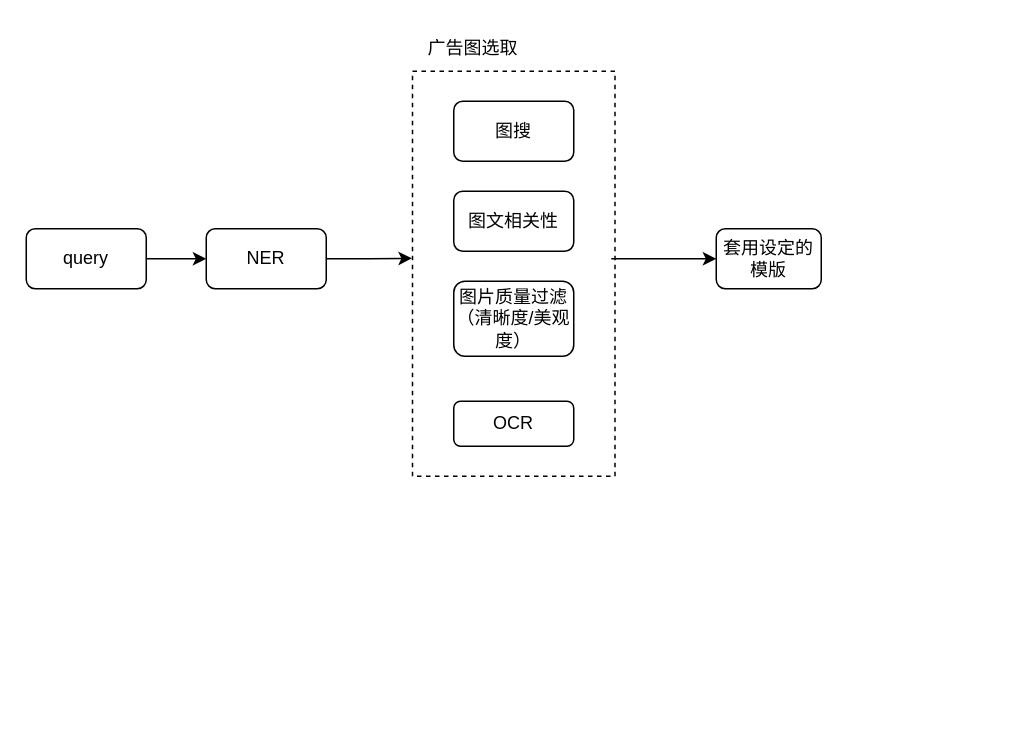
The draw.io diagram 图文广告.drawio in 2018liuyan/one, before the edit. Source tidied: cells renumbered, new cells numbered last; positions are measured from the earlier drawing's top-left corner, leaving out a move shared by most shapes. Both pictures are drawn from the tidied source at 150%, with x=0, y=0 at pixel (26, 26).
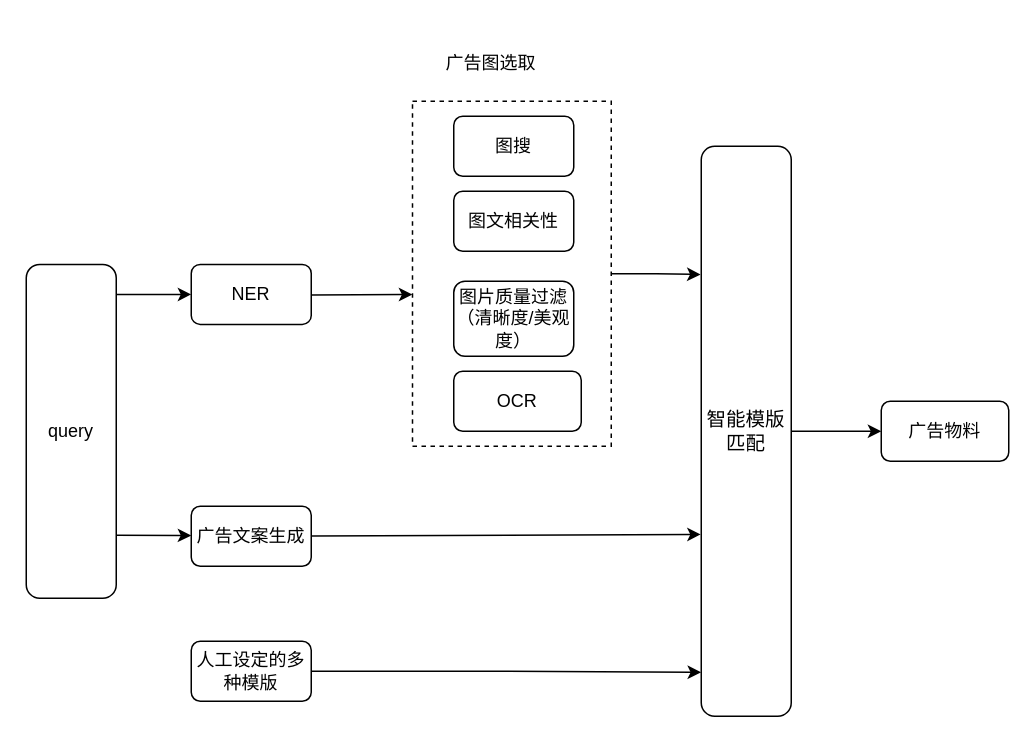
The same diagram, later.

Commit message:
更新图文广告.drawio

What changed in the source:
```diff
@@
+    <mxCell id="14" style="edgeStyle=orthogonalEdgeStyle;rounded=0;jettySize=auto;html=1;entryX=-0.008;entryY=0.225;entryDx=0;entryDy=0;entryPerimeter=0;" parent="1" edge="1" source="2" target="11">
+      <mxGeometry relative="1" as="geometry" />
+    </mxCell>
     <mxCell id="2" style="rounded=0;whiteSpace=wrap;html=1;dashed=1;" parent="1" vertex="1">
-      <mxGeometry x="257.5" y="30" width="135" height="270" as="geometry" />
+      <mxGeometry x="257.5" y="50" width="132.5" height="230" as="geometry" />
     </mxCell>
-    <mxCell id="3" style="edgeStyle=orthogonalEdgeStyle;rounded=0;jettySize=auto;html=1;" parent="1" edge="1" source="4" target="6">
-      <mxGeometry relative="1" as="geometry" />
-    </mxCell>
     <mxCell id="4" value="query" style="rounded=1;whiteSpace=wrap;html=1;" parent="1" vertex="1">
-      <mxGeometry y="135" width="80" height="40" as="geometry" />
+      <mxGeometry y="158.8" width="60" height="222.5" as="geometry" />
     </mxCell>
-    <mxCell id="5" style="edgeStyle=orthogonalEdgeStyle;rounded=0;jettySize=auto;html=1;entryX=-0.003;entryY=0.462;entryDx=0;entryDy=0;entryPerimeter=0;" parent="1" edge="1" source="6" target="2">
-      <mxGeometry relative="1" as="geometry" />
-    </mxCell>
     <mxCell id="6" value="NER" style="rounded=1;whiteSpace=wrap;html=1;" parent="1" vertex="1">
-      <mxGeometry x="120" y="135" width="80" height="40" as="geometry" />
+      <mxGeometry x="110" y="158.8" width="80" height="40" as="geometry" />
     </mxCell>
     <mxCell id="7" value="图搜" style="rounded=1;whiteSpace=wrap;html=1;" parent="1" vertex="1">
-      <mxGeometry x="285" y="50" width="80" height="40" as="geometry" />
+      <mxGeometry x="285" y="60" width="80" height="40" as="geometry" />
     </mxCell>
@@
     <mxCell id="10" value="OCR" style="rounded=1;whiteSpace=wrap;html=1;" parent="1" vertex="1">
-      <mxGeometry x="285" y="250" width="80" height="30" as="geometry" />
+      <mxGeometry x="285" y="230" width="85" height="40" as="geometry" />
     </mxCell>
+    <mxCell id="15" style="edgeStyle=orthogonalEdgeStyle;rounded=0;jettySize=auto;html=1;" parent="1" edge="1" source="11" target="19">
+      <mxGeometry relative="1" as="geometry" />
+    </mxCell>
-    <mxCell id="11" value="套用设定的模版" style="rounded=1;whiteSpace=wrap;html=1;" parent="1" vertex="1">
-      <mxGeometry x="460" y="135" width="70" height="40" as="geometry" />
+    <mxCell id="11" value="&lt;font style=&quot;font-size: 13px;&quot;&gt;智能模版匹配&lt;/font&gt;" style="rounded=1;whiteSpace=wrap;html=1;" parent="1" vertex="1">
+      <mxGeometry x="450" y="80" width="60" height="380" as="geometry" />
     </mxCell>
-    <mxCell id="12" style="endArrow=classic;html=1;rounded=0;entryX=0;entryY=0.5;entryDx=0;entryDy=0;" parent="1" edge="1" target="11">
-      <mxGeometry relative="1" as="geometry">
-        <mxPoint x="390" y="155" as="sourcePoint" />
-      </mxGeometry>
-    </mxCell>
     <mxCell id="13" value="广告图选取" style="text;html=1;strokeColor=none;fillColor=none;align=center;verticalAlign=middle;whiteSpace=wrap;rounded=0;" parent="1" vertex="1">
-      <mxGeometry x="257.5" width="80" height="30" as="geometry" />
+      <mxGeometry x="270" y="10" width="80" height="30" as="geometry" />
     </mxCell>
+    <mxCell id="16" value="广告文案生成" style="rounded=1;whiteSpace=wrap;html=1;" parent="1" vertex="1">
+      <mxGeometry x="110" y="320" width="80" height="40" as="geometry" />
+    </mxCell>
+    <mxCell id="17" style="edgeStyle=orthogonalEdgeStyle;rounded=0;jettySize=auto;html=1;entryX=-0.002;entryY=0.923;entryDx=0;entryDy=0;entryPerimeter=0;" parent="1" edge="1" source="18" target="11">
+      <mxGeometry relative="1" as="geometry" />
+    </mxCell>
+    <mxCell id="18" value="人工设定的多种模版" style="rounded=1;whiteSpace=wrap;html=1;" parent="1" vertex="1">
+      <mxGeometry x="110" y="410" width="80" height="40" as="geometry" />
+    </mxCell>
+    <mxCell id="19" value="广告物料" style="rounded=1;whiteSpace=wrap;html=1;" parent="1" vertex="1">
+      <mxGeometry x="570" y="250" width="85" height="40" as="geometry" />
+    </mxCell>
+    <mxCell id="3" style="endArrow=classic;html=1;rounded=0;entryX=0;entryY=0.5;entryDx=0;entryDy=0;exitX=1.002;exitY=0.09;exitDx=0;exitDy=0;exitPerimeter=0;" parent="1" edge="1" source="4" target="6">
+      <mxGeometry relative="1" as="geometry" />
+    </mxCell>
+    <mxCell id="20" style="endArrow=classic;html=1;rounded=0;entryX=0;entryY=0.5;entryDx=0;entryDy=0;exitX=1.001;exitY=0.811;exitDx=0;exitDy=0;exitPerimeter=0;" parent="1" edge="1" source="4">
+      <mxGeometry relative="1" as="geometry">
+        <mxPoint x="110" y="339.5" as="targetPoint" />
+      </mxGeometry>
+    </mxCell>
+    <mxCell id="21" style="endArrow=classic;html=1;rounded=0;entryX=-0.001;entryY=0.56;entryDx=0;entryDy=0;entryPerimeter=0;" parent="1" edge="1" target="2">
+      <mxGeometry relative="1" as="geometry">
+        <mxPoint x="190" y="179.2" as="sourcePoint" />
+      </mxGeometry>
+    </mxCell>
+    <mxCell id="22" style="endArrow=classic;html=1;rounded=0;entryX=-0.006;entryY=0.681;entryDx=0;entryDy=0;entryPerimeter=0;" parent="1" edge="1" target="11">
+      <mxGeometry relative="1" as="geometry">
+        <mxPoint x="190.5" y="339.8" as="sourcePoint" />
+      </mxGeometry>
+    </mxCell>
```
